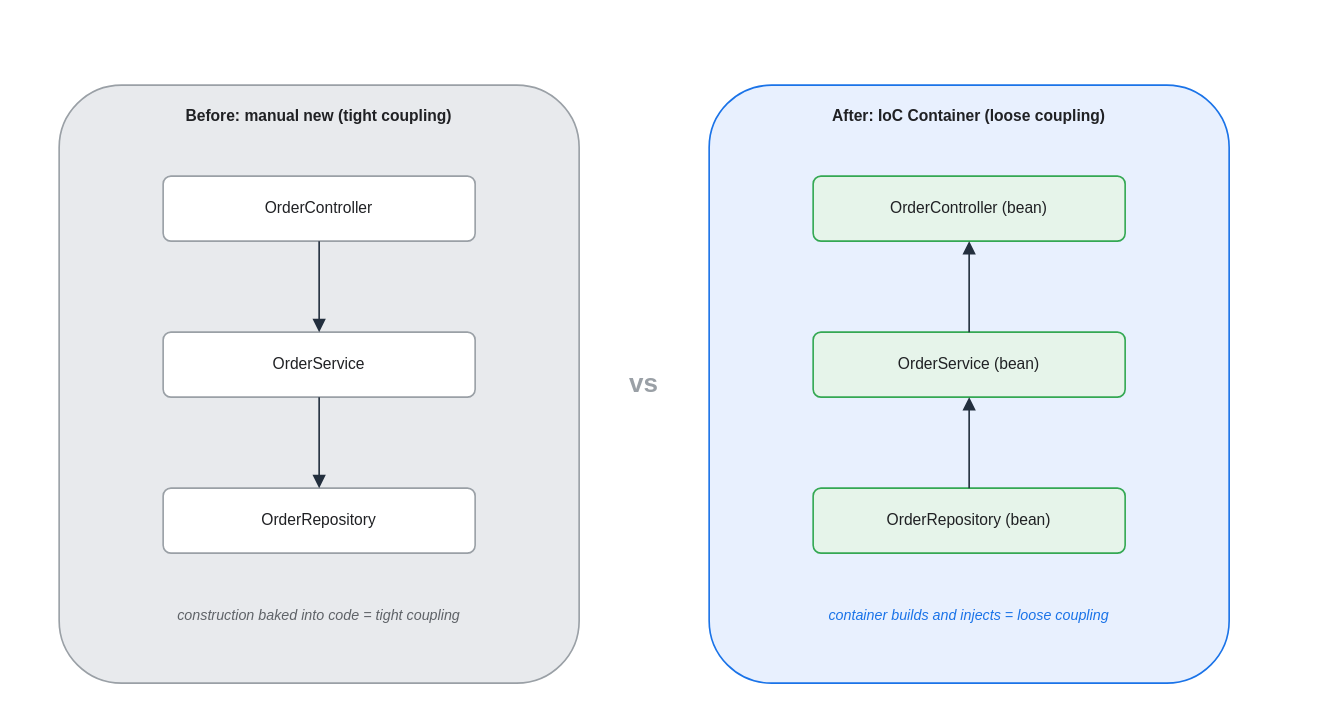
KKamJi98/kkamji98.github.io keeps this draw.io diagram as assets/img/spring/spring-03-ioc-before-after.drawio. Above is the earlier version. Source tidied: cells renumbered, new cells numbered last; positions are measured from the earlier drawing's top-left corner, leaving out a move shared by most shapes. Both pictures are drawn from the tidied source at 130%, with x=0, y=0 at pixel (58, 84).
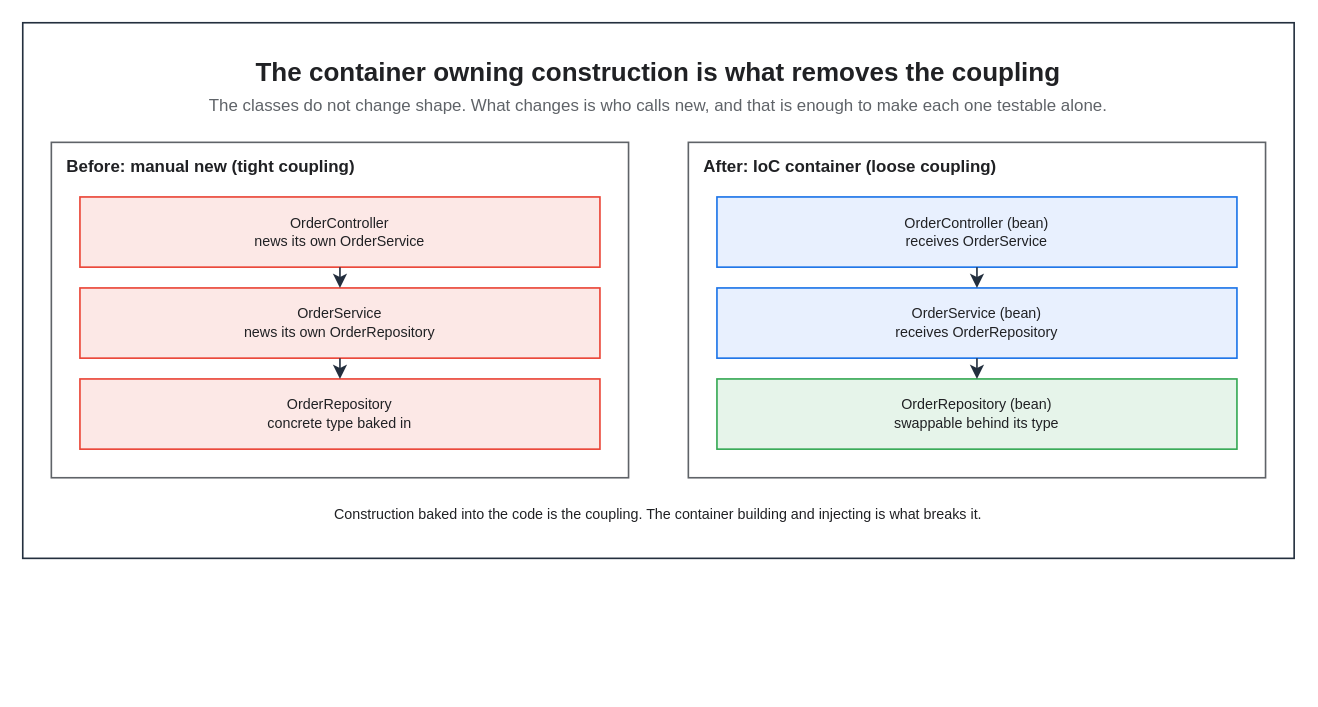
The same page after the edit.

Diff of the diagram source:
```diff
@@
 <mxGraphModel background="#FFFFFF">
   <root>
     <mxCell id="0" />
     <mxCell id="1" parent="0" />
+    <mxCell id="17" style="rounded=0;html=0;fillColor=none;strokeColor=#232F3E;fontColor=#202124;strokeWidth=1.25;" parent="1" vertex="1">
+      <mxGeometry x="-28" y="-48" width="978" height="412" as="geometry" />
+    </mxCell>
+    <mxCell id="18" value="The container owning construction is what removes the coupling" style="text;html=0;whiteSpace=wrap;fillColor=none;strokeColor=none;fontColor=#202124;fontSize=20;fontStyle=1;align=center;verticalAlign=middle;" parent="1" vertex="1">
+      <mxGeometry x="-6" y="-26" width="934" height="30" as="geometry" />
+    </mxCell>
+    <mxCell id="19" value="The classes do not change shape. What changes is who calls new, and that is enough to make each one testable alone." style="text;html=0;whiteSpace=wrap;fillColor=none;strokeColor=none;fontColor=#5F6368;fontSize=13;fontStyle=0;align=center;verticalAlign=middle;" parent="1" vertex="1">
+      <mxGeometry x="-6" y="4" width="934" height="22" as="geometry" />
+    </mxCell>
-    <mxCell id="2" value="Before: manual new (tight coupling)" style="rounded=1;whiteSpace=wrap;html=0;arcSize=12;shadow=0;fillColor=#E8EAED;strokeColor=#9AA0A6;fontColor=#202124;fontStyle=1;verticalAlign=top;align=center;spacingTop=10;strokeWidth=1.25;" parent="1" vertex="1">
-      <mxGeometry width="400" height="460" as="geometry" />
+    <mxCell id="2" value="Before: manual new (tight coupling)" style="rounded=0;whiteSpace=wrap;html=0;fillColor=none;strokeColor=#5F6368;fontColor=#202124;fontSize=13;fontStyle=1;align=left;verticalAlign=top;spacingLeft=10;spacingTop=4;strokeWidth=1.25;dashed=0;" parent="1" vertex="1">
+      <mxGeometry x="-6" y="44" width="444" height="258" as="geometry" />
     </mxCell>
-    <mxCell id="3" value="After: IoC Container (loose coupling)" style="rounded=1;whiteSpace=wrap;html=0;arcSize=12;shadow=0;fillColor=#E8F0FE;strokeColor=#1A73E8;fontColor=#202124;fontStyle=1;verticalAlign=top;align=center;spacingTop=10;strokeWidth=1.25;" parent="1" vertex="1">
-      <mxGeometry x="500" width="400" height="460" as="geometry" />
-    </mxCell>
-    <mxCell id="4" value="vs" style="text;html=0;align=center;verticalAlign=middle;fontSize=20;fontStyle=1;fontColor=#9AA0A6;" parent="1" vertex="1">
-      <mxGeometry x="415" y="205" width="70" height="45" as="geometry" />
-    </mxCell>
+    <mxCell id="20" value="After: IoC container (loose coupling)" style="rounded=0;whiteSpace=wrap;html=0;fillColor=none;strokeColor=#5F6368;fontColor=#202124;fontSize=13;fontStyle=1;align=left;verticalAlign=top;spacingLeft=10;spacingTop=4;strokeWidth=1.25;dashed=0;" parent="1" vertex="1">
+      <mxGeometry x="484" y="44" width="444" height="258" as="geometry" />
+    </mxCell>
-    <mxCell id="5" value="OrderController" style="rounded=1;whiteSpace=wrap;html=0;arcSize=12;shadow=0;fillColor=#FFFFFF;strokeColor=#9AA0A6;fontColor=#202124;strokeWidth=1.25;" parent="1" vertex="1">
-      <mxGeometry x="80" y="70" width="240" height="50" as="geometry" />
+    <mxCell id="5" value="OrderController&#10;news its own OrderService" style="rounded=0;whiteSpace=wrap;html=0;fillColor=#FCE8E6;strokeColor=#EA4335;fontColor=#202124;fontSize=11;fontStyle=0;align=center;verticalAlign=middle;spacingLeft=6;spacingRight=6;strokeWidth=1.25;" parent="1" vertex="1">
+      <mxGeometry x="16" y="86" width="400" height="54" as="geometry" />
     </mxCell>
-    <mxCell id="6" value="OrderService" style="rounded=1;whiteSpace=wrap;html=0;arcSize=12;shadow=0;fillColor=#FFFFFF;strokeColor=#9AA0A6;fontColor=#202124;strokeWidth=1.25;" parent="1" vertex="1">
-      <mxGeometry x="80" y="190" width="240" height="50" as="geometry" />
+    <mxCell id="6" value="OrderService&#10;news its own OrderRepository" style="rounded=0;whiteSpace=wrap;html=0;fillColor=#FCE8E6;strokeColor=#EA4335;fontColor=#202124;fontSize=11;fontStyle=0;align=center;verticalAlign=middle;spacingLeft=6;spacingRight=6;strokeWidth=1.25;" parent="1" vertex="1">
+      <mxGeometry x="16" y="156" width="400" height="54" as="geometry" />
     </mxCell>
-    <mxCell id="7" value="OrderRepository" style="rounded=1;whiteSpace=wrap;html=0;arcSize=12;shadow=0;fillColor=#FFFFFF;strokeColor=#9AA0A6;fontColor=#202124;strokeWidth=1.25;" parent="1" vertex="1">
-      <mxGeometry x="80" y="310" width="240" height="50" as="geometry" />
+    <mxCell id="7" value="OrderRepository&#10;concrete type baked in" style="rounded=0;whiteSpace=wrap;html=0;fillColor=#FCE8E6;strokeColor=#EA4335;fontColor=#202124;fontSize=11;fontStyle=0;align=center;verticalAlign=middle;spacingLeft=6;spacingRight=6;strokeWidth=1.25;" parent="1" vertex="1">
+      <mxGeometry x="16" y="226" width="400" height="54" as="geometry" />
     </mxCell>
-    <mxCell id="8" value="construction baked into code = tight coupling" style="text;html=0;align=center;verticalAlign=middle;whiteSpace=wrap;fontSize=11;fontColor=#5F6368;fontStyle=2;" parent="1" vertex="1">
-      <mxGeometry x="20" y="388" width="360" height="40" as="geometry" />
-    </mxCell>
-    <mxCell id="9" value="OrderController (bean)" style="rounded=1;whiteSpace=wrap;html=0;arcSize=12;shadow=0;fillColor=#E6F4EA;strokeColor=#34A853;fontColor=#202124;strokeWidth=1.25;" parent="1" vertex="1">
-      <mxGeometry x="580" y="70" width="240" height="50" as="geometry" />
+    <mxCell id="9" value="OrderController (bean)&#10;receives OrderService" style="rounded=0;whiteSpace=wrap;html=0;fillColor=#E8F0FE;strokeColor=#1A73E8;fontColor=#202124;fontSize=11;fontStyle=0;align=center;verticalAlign=middle;spacingLeft=6;spacingRight=6;strokeWidth=1.25;" parent="1" vertex="1">
+      <mxGeometry x="506" y="86" width="400" height="54" as="geometry" />
     </mxCell>
-    <mxCell id="10" value="OrderService (bean)" style="rounded=1;whiteSpace=wrap;html=0;arcSize=12;shadow=0;fillColor=#E6F4EA;strokeColor=#34A853;fontColor=#202124;strokeWidth=1.25;" parent="1" vertex="1">
-      <mxGeometry x="580" y="190" width="240" height="50" as="geometry" />
+    <mxCell id="10" value="OrderService (bean)&#10;receives OrderRepository" style="rounded=0;whiteSpace=wrap;html=0;fillColor=#E8F0FE;strokeColor=#1A73E8;fontColor=#202124;fontSize=11;fontStyle=0;align=center;verticalAlign=middle;spacingLeft=6;spacingRight=6;strokeWidth=1.25;" parent="1" vertex="1">
+      <mxGeometry x="506" y="156" width="400" height="54" as="geometry" />
     </mxCell>
-    <mxCell id="11" value="OrderRepository (bean)" style="rounded=1;whiteSpace=wrap;html=0;arcSize=12;shadow=0;fillColor=#E6F4EA;strokeColor=#34A853;fontColor=#202124;strokeWidth=1.25;" parent="1" vertex="1">
-      <mxGeometry x="580" y="310" width="240" height="50" as="geometry" />
+    <mxCell id="11" value="OrderRepository (bean)&#10;swappable behind its type" style="rounded=0;whiteSpace=wrap;html=0;fillColor=#E6F4EA;strokeColor=#34A853;fontColor=#202124;fontSize=11;fontStyle=0;align=center;verticalAlign=middle;spacingLeft=6;spacingRight=6;strokeWidth=1.25;" parent="1" vertex="1">
+      <mxGeometry x="506" y="226" width="400" height="54" as="geometry" />
     </mxCell>
-    <mxCell id="12" value="container builds and injects = loose coupling" style="text;html=0;align=center;verticalAlign=middle;whiteSpace=wrap;fontSize=11;fontColor=#1A73E8;fontStyle=2;" parent="1" vertex="1">
-      <mxGeometry x="520" y="388" width="360" height="40" as="geometry" />
-    </mxCell>
+    <mxCell id="21" value="Construction baked into the code is the coupling. The container building and injecting is what breaks it." style="text;html=0;whiteSpace=wrap;fillColor=none;strokeColor=none;fontColor=#202124;fontSize=11;fontStyle=0;align=center;verticalAlign=middle;" parent="1" vertex="1">
+      <mxGeometry x="16" y="318" width="890" height="24" as="geometry" />
+    </mxCell>
-    <mxCell id="13" style="edgeStyle=orthogonalEdgeStyle;rounded=1;html=0;fontColor=#202124;strokeColor=#232F3E;labelBackgroundColor=none;endArrow=block;exitX=0.5;exitY=1;exitDx=0;exitDy=0;entryX=0.5;entryY=0;entryDx=0;entryDy=0;strokeWidth=1.25;endSize=7;" parent="1" edge="1" source="5" target="6">
+    <mxCell id="13" style="edgeStyle=orthogonalEdgeStyle;rounded=0;html=0;strokeColor=#232F3E;strokeWidth=1.25;endArrow=classic;endFill=1;endSize=7;fontSize=11;fontColor=#202124;labelBackgroundColor=none;jettySize=14;exitX=0.5;exitY=1;entryX=0.5;entryY=0;exitDx=0;exitDy=0;entryDx=0;entryDy=0;" parent="1" edge="1" source="5" target="6">
       <mxGeometry relative="1" as="geometry" />
     </mxCell>
-    <mxCell id="14" style="edgeStyle=orthogonalEdgeStyle;rounded=1;html=0;fontColor=#202124;strokeColor=#232F3E;labelBackgroundColor=none;endArrow=block;exitX=0.5;exitY=1;exitDx=0;exitDy=0;entryX=0.5;entryY=0;entryDx=0;entryDy=0;strokeWidth=1.25;endSize=7;" parent="1" edge="1" source="6" target="7">
+    <mxCell id="14" style="edgeStyle=orthogonalEdgeStyle;rounded=0;html=0;strokeColor=#232F3E;strokeWidth=1.25;endArrow=classic;endFill=1;endSize=7;fontSize=11;fontColor=#202124;labelBackgroundColor=none;jettySize=14;exitX=0.5;exitY=1;entryX=0.5;entryY=0;exitDx=0;exitDy=0;entryDx=0;entryDy=0;" parent="1" edge="1" source="6" target="7">
       <mxGeometry relative="1" as="geometry" />
     </mxCell>
-    <mxCell id="15" style="edgeStyle=orthogonalEdgeStyle;rounded=1;html=0;fontColor=#202124;strokeColor=#232F3E;labelBackgroundColor=none;endArrow=block;exitX=0.5;exitY=0;exitDx=0;exitDy=0;entryX=0.5;entryY=1;entryDx=0;entryDy=0;strokeWidth=1.25;endSize=7;" parent="1" edge="1" source="11" target="10">
-      <mxGeometry relative="1" as="geometry" />
-    </mxCell>
-    <mxCell id="16" style="edgeStyle=orthogonalEdgeStyle;rounded=1;html=0;fontColor=#202124;strokeColor=#232F3E;labelBackgroundColor=none;endArrow=block;exitX=0.5;exitY=0;exitDx=0;exitDy=0;entryX=0.5;entryY=1;entryDx=0;entryDy=0;strokeWidth=1.25;endSize=7;" parent="1" edge="1" source="10" target="9">
-      <mxGeometry relative="1" as="geometry" />
-    </mxCell>
+    <mxCell id="22" style="edgeStyle=orthogonalEdgeStyle;rounded=0;html=0;strokeColor=#232F3E;strokeWidth=1.25;endArrow=classic;endFill=1;endSize=7;fontSize=11;fontColor=#202124;labelBackgroundColor=none;jettySize=14;exitX=0.5;exitY=1;entryX=0.5;entryY=0;exitDx=0;exitDy=0;entryDx=0;entryDy=0;" parent="1" edge="1" source="9" target="10">
+      <mxGeometry relative="1" as="geometry" />
+    </mxCell>
+    <mxCell id="23" style="edgeStyle=orthogonalEdgeStyle;rounded=0;html=0;strokeColor=#232F3E;strokeWidth=1.25;endArrow=classic;endFill=1;endSize=7;fontSize=11;fontColor=#202124;labelBackgroundColor=none;jettySize=14;exitX=0.5;exitY=1;entryX=0.5;entryY=0;exitDx=0;exitDy=0;entryDx=0;entryDy=0;" parent="1" edge="1" source="10" target="11">
+      <mxGeometry relative="1" as="geometry" />
+    </mxCell>
   </root>
 </mxGraphModel>
```
